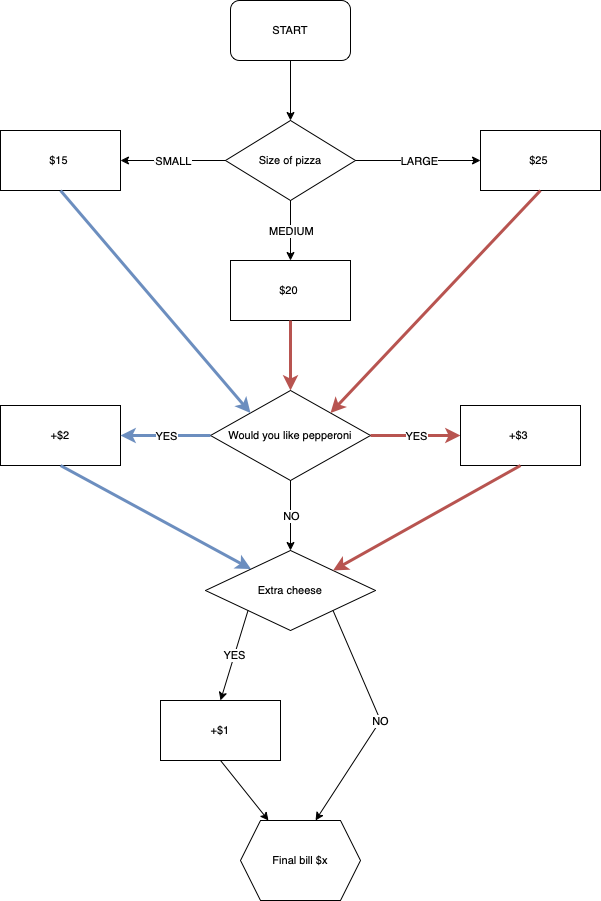
antoniaandreou/100_days_of_python keeps this draw.io diagram as Python Pizza Order.drawio.png. Above is the earlier version. Source tidied: cells renumbered, new cells last; positions are measured from the earlier drawing's top-left corner, leaving out a move shared by most shapes. Its diagram source:
```xml
<mxGraphModel>
  <root>
    <mxCell id="0" />
    <mxCell id="1" parent="0" />
    <mxCell id="2" value="START" style="rounded=1;whiteSpace=wrap;html=1;fontSize=11;" parent="1" vertex="1">
      <mxGeometry x="230" width="120" height="60" as="geometry" />
    </mxCell>
    <mxCell id="3" value="Size of pizza" style="rhombus;whiteSpace=wrap;html=1;fontSize=11;" parent="1" vertex="1">
      <mxGeometry x="225" y="120" width="130" height="80" as="geometry" />
    </mxCell>
    <mxCell id="4" style="endArrow=classic;html=1;rounded=0;fontSize=11;jumpSize=3;exitX=0.5;exitY=1;exitDx=0;exitDy=0;entryX=0.5;entryY=0;entryDx=0;entryDy=0;" parent="1" edge="1" source="2" target="3">
      <mxGeometry relative="1" as="geometry" />
    </mxCell>
    <mxCell id="5" value="$15&amp;nbsp;" style="rounded=0;whiteSpace=wrap;html=1;fontSize=11;" parent="1" vertex="1">
      <mxGeometry y="130" width="120" height="60" as="geometry" />
    </mxCell>
    <mxCell id="6" value="$20&amp;nbsp;" style="rounded=0;whiteSpace=wrap;html=1;fontSize=11;" parent="1" vertex="1">
      <mxGeometry x="230" y="260" width="120" height="60" as="geometry" />
    </mxCell>
    <mxCell id="7" value="$25&amp;nbsp;" style="rounded=0;whiteSpace=wrap;html=1;fontSize=11;" parent="1" vertex="1">
      <mxGeometry x="480" y="130" width="120" height="60" as="geometry" />
    </mxCell>
    <mxCell id="8" value="SMALL" style="endArrow=classic;html=1;rounded=0;fontSize=11;jumpSize=3;entryX=1;entryY=0.5;entryDx=0;entryDy=0;exitX=0;exitY=0.5;exitDx=0;exitDy=0;" parent="1" edge="1" source="3" target="5">
      <mxGeometry relative="1" as="geometry" />
    </mxCell>
    <mxCell id="9" value="SMALL" style="edgeLabel;html=1;align=center;verticalAlign=middle;fontSize=11;" parent="8" vertex="1">
      <mxGeometry relative="1" as="geometry" />
    </mxCell>
    <mxCell id="10" style="endArrow=classic;html=1;rounded=0;fontSize=11;jumpSize=3;exitX=1;exitY=0.5;exitDx=0;exitDy=0;entryX=0;entryY=0.5;entryDx=0;entryDy=0;" parent="1" edge="1" source="3" target="7">
      <mxGeometry relative="1" as="geometry" />
    </mxCell>
    <mxCell id="11" value="LARGE" style="edgeLabel;html=1;align=center;verticalAlign=middle;fontSize=11;" parent="10" vertex="1">
      <mxGeometry relative="1" as="geometry" />
    </mxCell>
    <mxCell id="12" style="endArrow=classic;html=1;rounded=0;fontSize=11;jumpSize=3;exitX=0.5;exitY=1;exitDx=0;exitDy=0;entryX=0.5;entryY=0;entryDx=0;entryDy=0;" parent="1" edge="1" source="3" target="6">
      <mxGeometry relative="1" as="geometry" />
    </mxCell>
    <mxCell id="13" value="MEDIUM" style="edgeLabel;html=1;align=center;verticalAlign=middle;fontSize=11;" parent="12" vertex="1">
      <mxGeometry relative="1" as="geometry" />
    </mxCell>
    <mxCell id="14" value="Would you like pepperoni" style="rhombus;whiteSpace=wrap;html=1;fontSize=11;" parent="1" vertex="1">
      <mxGeometry x="210" y="390" width="160" height="90" as="geometry" />
    </mxCell>
    <mxCell id="15" style="endArrow=classic;html=1;rounded=0;fontSize=11;jumpSize=3;exitX=0.5;exitY=1;exitDx=0;exitDy=0;entryX=0;entryY=0;entryDx=0;entryDy=0;fillColor=#dae8fc;strokeColor=#6c8ebf;strokeWidth=3;" parent="1" edge="1" source="5" target="14">
      <mxGeometry relative="1" as="geometry" />
    </mxCell>
    <mxCell id="16" style="endArrow=classic;html=1;rounded=0;fontSize=11;strokeWidth=3;jumpSize=3;fillColor=#f8cecc;strokeColor=#b85450;exitX=0.5;exitY=1;exitDx=0;exitDy=0;entryX=0.5;entryY=0;entryDx=0;entryDy=0;" parent="1" edge="1" source="6" target="14">
      <mxGeometry relative="1" as="geometry" />
    </mxCell>
    <mxCell id="17" style="endArrow=classic;html=1;rounded=0;fontSize=11;strokeWidth=3;jumpSize=3;fillColor=#f8cecc;strokeColor=#b85450;exitX=0.5;exitY=1;exitDx=0;exitDy=0;entryX=1;entryY=0;entryDx=0;entryDy=0;" parent="1" edge="1" source="7" target="14">
      <mxGeometry relative="1" as="geometry" />
    </mxCell>
    <mxCell id="18" value="+$2" style="rounded=0;whiteSpace=wrap;html=1;fontSize=11;" parent="1" vertex="1">
      <mxGeometry y="405" width="120" height="60" as="geometry" />
    </mxCell>
    <mxCell id="19" style="endArrow=classic;html=1;rounded=0;fontSize=11;strokeWidth=3;jumpSize=3;exitX=0;exitY=0.5;exitDx=0;exitDy=0;entryX=1;entryY=0.5;entryDx=0;entryDy=0;fillColor=#dae8fc;strokeColor=#6c8ebf;" parent="1" edge="1" source="14" target="18">
      <mxGeometry relative="1" as="geometry" />
    </mxCell>
    <mxCell id="20" value="YES" style="edgeLabel;html=1;align=center;verticalAlign=middle;fontSize=11;" parent="19" vertex="1">
      <mxGeometry relative="1" as="geometry" />
    </mxCell>
    <mxCell id="21" style="endArrow=classic;html=1;rounded=0;fontSize=11;strokeWidth=3;jumpSize=3;exitX=1;exitY=0.5;exitDx=0;exitDy=0;fillColor=#f8cecc;strokeColor=#b85450;entryX=0;entryY=0.5;entryDx=0;entryDy=0;" parent="1" edge="1" source="14" target="23">
      <mxGeometry relative="1" as="geometry" />
    </mxCell>
    <mxCell id="22" value="YES" style="edgeLabel;html=1;align=center;verticalAlign=middle;fontSize=11;" parent="21" vertex="1">
      <mxGeometry relative="1" as="geometry" />
    </mxCell>
    <mxCell id="23" value="+$3&amp;nbsp;" style="rounded=0;whiteSpace=wrap;html=1;fontSize=11;" parent="1" vertex="1">
      <mxGeometry x="460" y="405" width="120" height="60" as="geometry" />
    </mxCell>
    <mxCell id="24" value="Extra cheese" style="rhombus;whiteSpace=wrap;html=1;fontSize=11;" parent="1" vertex="1">
      <mxGeometry x="205" y="550" width="170" height="80" as="geometry" />
    </mxCell>
    <mxCell id="25" style="endArrow=classic;html=1;rounded=0;fontSize=11;strokeWidth=1;jumpSize=3;exitX=0.5;exitY=1;exitDx=0;exitDy=0;entryX=0.5;entryY=0;entryDx=0;entryDy=0;" parent="1" edge="1" source="14" target="24">
      <mxGeometry relative="1" as="geometry" />
    </mxCell>
    <mxCell id="26" value="NO" style="edgeLabel;html=1;align=center;verticalAlign=middle;fontSize=11;" parent="25" vertex="1">
      <mxGeometry relative="1" as="geometry" />
    </mxCell>
    <mxCell id="27" style="endArrow=classic;html=1;rounded=0;fontSize=11;strokeWidth=1;jumpSize=3;exitX=0;exitY=1;exitDx=0;exitDy=0;entryX=0.5;entryY=0;entryDx=0;entryDy=0;" parent="1" edge="1" source="24" target="31">
      <mxGeometry relative="1" as="geometry" />
    </mxCell>
    <mxCell id="28" value="YES" style="edgeLabel;html=1;align=center;verticalAlign=middle;fontSize=11;" parent="27" vertex="1">
      <mxGeometry relative="1" as="geometry" />
    </mxCell>
    <mxCell id="29" style="endArrow=classic;html=1;rounded=0;fontSize=11;jumpSize=3;exitX=0.5;exitY=1;exitDx=0;exitDy=0;fillColor=#dae8fc;strokeColor=#6c8ebf;strokeWidth=3;" parent="1" edge="1" source="18" target="24">
      <mxGeometry relative="1" as="geometry" />
    </mxCell>
    <mxCell id="30" style="endArrow=classic;html=1;rounded=0;fontSize=11;strokeWidth=3;jumpSize=3;fillColor=#f8cecc;strokeColor=#b85450;exitX=0.5;exitY=1;exitDx=0;exitDy=0;entryX=1;entryY=0;entryDx=0;entryDy=0;" parent="1" edge="1" source="23" target="24">
      <mxGeometry relative="1" as="geometry" />
    </mxCell>
    <mxCell id="31" value="+$1" style="rounded=0;whiteSpace=wrap;html=1;fontSize=11;" parent="1" vertex="1">
      <mxGeometry x="160" y="700" width="120" height="60" as="geometry" />
    </mxCell>
    <mxCell id="32" value="Final bill $x" style="shape=hexagon;perimeter=hexagonPerimeter2;whiteSpace=wrap;html=1;fixedSize=1;fontSize=11;" parent="1" vertex="1">
      <mxGeometry x="240" y="820" width="120" height="80" as="geometry" />
    </mxCell>
    <mxCell id="33" style="endArrow=classic;html=1;rounded=0;fontSize=11;strokeWidth=1;jumpSize=3;exitX=0.5;exitY=1;exitDx=0;exitDy=0;" parent="1" edge="1" source="31" target="32">
      <mxGeometry relative="1" as="geometry" />
    </mxCell>
    <mxCell id="34" style="endArrow=classic;html=1;rounded=0;fontSize=11;strokeWidth=1;jumpSize=3;exitX=1;exitY=1;exitDx=0;exitDy=0;entryX=0.625;entryY=0;entryDx=0;entryDy=0;" parent="1" edge="1" source="24" target="32">
      <mxGeometry relative="1" as="geometry">
        <Array as="points">
          <mxPoint x="380" y="720" />
        </Array>
      </mxGeometry>
    </mxCell>
    <mxCell id="35" value="NO" style="edgeLabel;html=1;align=center;verticalAlign=middle;fontSize=11;" parent="34" vertex="1">
      <mxGeometry relative="1" as="geometry" />
    </mxCell>
  </root>
</mxGraphModel>
```
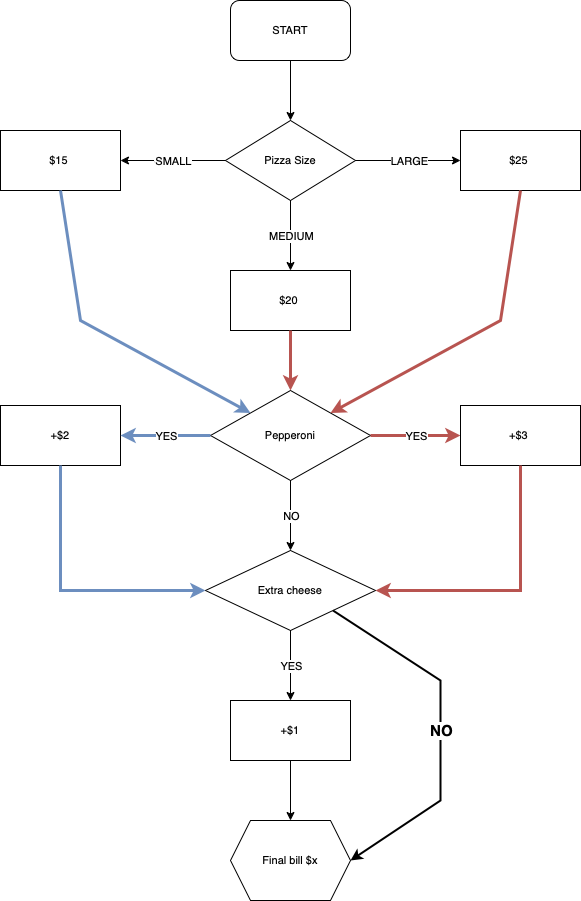
The same diagram one commit later.

Change to the diagram source:
```diff
@@ -5,7 +5,7 @@
     <mxCell id="2" value="START" style="rounded=1;whiteSpace=wrap;html=1;fontSize=11;" parent="1" vertex="1">
       <mxGeometry x="230" width="120" height="60" as="geometry" />
     </mxCell>
-    <mxCell id="3" value="Size of pizza" style="rhombus;whiteSpace=wrap;html=1;fontSize=11;" parent="1" vertex="1">
+    <mxCell id="3" value="Pizza Size" style="rhombus;whiteSpace=wrap;html=1;fontSize=11;" parent="1" vertex="1">
       <mxGeometry x="225" y="120" width="130" height="80" as="geometry" />
     </mxCell>
     <mxCell id="4" style="endArrow=classic;html=1;rounded=0;fontSize=11;jumpSize=3;exitX=0.5;exitY=1;exitDx=0;exitDy=0;entryX=0.5;entryY=0;entryDx=0;entryDy=0;" parent="1" edge="1" source="2" target="3">
@@ -15,10 +15,10 @@
       <mxGeometry y="130" width="120" height="60" as="geometry" />
     </mxCell>
     <mxCell id="6" value="$20&amp;nbsp;" style="rounded=0;whiteSpace=wrap;html=1;fontSize=11;" parent="1" vertex="1">
-      <mxGeometry x="230" y="260" width="120" height="60" as="geometry" />
+      <mxGeometry x="230" y="270" width="120" height="60" as="geometry" />
     </mxCell>
     <mxCell id="7" value="$25&amp;nbsp;" style="rounded=0;whiteSpace=wrap;html=1;fontSize=11;" parent="1" vertex="1">
-      <mxGeometry x="480" y="130" width="120" height="60" as="geometry" />
+      <mxGeometry x="460" y="130" width="120" height="60" as="geometry" />
     </mxCell>
     <mxCell id="8" value="SMALL" style="endArrow=classic;html=1;rounded=0;fontSize=11;jumpSize=3;entryX=1;entryY=0.5;entryDx=0;entryDy=0;exitX=0;exitY=0.5;exitDx=0;exitDy=0;" parent="1" edge="1" source="3" target="5">
       <mxGeometry relative="1" as="geometry" />
@@ -38,17 +38,25 @@
     <mxCell id="13" value="MEDIUM" style="edgeLabel;html=1;align=center;verticalAlign=middle;fontSize=11;" parent="12" vertex="1">
       <mxGeometry relative="1" as="geometry" />
     </mxCell>
-    <mxCell id="14" value="Would you like pepperoni" style="rhombus;whiteSpace=wrap;html=1;fontSize=11;" parent="1" vertex="1">
+    <mxCell id="14" value="Pepperoni" style="rhombus;whiteSpace=wrap;html=1;fontSize=11;" parent="1" vertex="1">
       <mxGeometry x="210" y="390" width="160" height="90" as="geometry" />
     </mxCell>
     <mxCell id="15" style="endArrow=classic;html=1;rounded=0;fontSize=11;jumpSize=3;exitX=0.5;exitY=1;exitDx=0;exitDy=0;entryX=0;entryY=0;entryDx=0;entryDy=0;fillColor=#dae8fc;strokeColor=#6c8ebf;strokeWidth=3;" parent="1" edge="1" source="5" target="14">
-      <mxGeometry relative="1" as="geometry" />
+      <mxGeometry relative="1" as="geometry">
+        <Array as="points">
+          <mxPoint x="80" y="320" />
+        </Array>
+      </mxGeometry>
     </mxCell>
     <mxCell id="16" style="endArrow=classic;html=1;rounded=0;fontSize=11;strokeWidth=3;jumpSize=3;fillColor=#f8cecc;strokeColor=#b85450;exitX=0.5;exitY=1;exitDx=0;exitDy=0;entryX=0.5;entryY=0;entryDx=0;entryDy=0;" parent="1" edge="1" source="6" target="14">
       <mxGeometry relative="1" as="geometry" />
     </mxCell>
     <mxCell id="17" style="endArrow=classic;html=1;rounded=0;fontSize=11;strokeWidth=3;jumpSize=3;fillColor=#f8cecc;strokeColor=#b85450;exitX=0.5;exitY=1;exitDx=0;exitDy=0;entryX=1;entryY=0;entryDx=0;entryDy=0;" parent="1" edge="1" source="7" target="14">
-      <mxGeometry relative="1" as="geometry" />
+      <mxGeometry relative="1" as="geometry">
+        <Array as="points">
+          <mxPoint x="500" y="320" />
+        </Array>
+      </mxGeometry>
     </mxCell>
     <mxCell id="18" value="+$2" style="rounded=0;whiteSpace=wrap;html=1;fontSize=11;" parent="1" vertex="1">
       <mxGeometry y="405" width="120" height="60" as="geometry" />
@@ -77,35 +85,44 @@
     <mxCell id="26" value="NO" style="edgeLabel;html=1;align=center;verticalAlign=middle;fontSize=11;" parent="25" vertex="1">
       <mxGeometry relative="1" as="geometry" />
     </mxCell>
-    <mxCell id="27" style="endArrow=classic;html=1;rounded=0;fontSize=11;strokeWidth=1;jumpSize=3;exitX=0;exitY=1;exitDx=0;exitDy=0;entryX=0.5;entryY=0;entryDx=0;entryDy=0;" parent="1" edge="1" source="24" target="31">
+    <mxCell id="27" style="endArrow=classic;html=1;rounded=0;fontSize=11;strokeWidth=1;jumpSize=3;exitX=0.5;exitY=1;exitDx=0;exitDy=0;entryX=0.5;entryY=0;entryDx=0;entryDy=0;" parent="1" edge="1" source="24" target="31">
       <mxGeometry relative="1" as="geometry" />
     </mxCell>
     <mxCell id="28" value="YES" style="edgeLabel;html=1;align=center;verticalAlign=middle;fontSize=11;" parent="27" vertex="1">
       <mxGeometry relative="1" as="geometry" />
     </mxCell>
-    <mxCell id="29" style="endArrow=classic;html=1;rounded=0;fontSize=11;jumpSize=3;exitX=0.5;exitY=1;exitDx=0;exitDy=0;fillColor=#dae8fc;strokeColor=#6c8ebf;strokeWidth=3;" parent="1" edge="1" source="18" target="24">
-      <mxGeometry relative="1" as="geometry" />
+    <mxCell id="29" style="endArrow=classic;html=1;rounded=0;fontSize=11;jumpSize=3;exitX=0.5;exitY=1;exitDx=0;exitDy=0;fillColor=#dae8fc;strokeColor=#6c8ebf;strokeWidth=3;entryX=0;entryY=0.5;entryDx=0;entryDy=0;" parent="1" edge="1" source="18" target="24">
+      <mxGeometry relative="1" as="geometry">
+        <Array as="points">
+          <mxPoint x="60" y="590" />
+        </Array>
+      </mxGeometry>
     </mxCell>
-    <mxCell id="30" style="endArrow=classic;html=1;rounded=0;fontSize=11;strokeWidth=3;jumpSize=3;fillColor=#f8cecc;strokeColor=#b85450;exitX=0.5;exitY=1;exitDx=0;exitDy=0;entryX=1;entryY=0;entryDx=0;entryDy=0;" parent="1" edge="1" source="23" target="24">
-      <mxGeometry relative="1" as="geometry" />
+    <mxCell id="30" style="endArrow=classic;html=1;rounded=0;fontSize=11;strokeWidth=3;jumpSize=3;fillColor=#f8cecc;strokeColor=#b85450;exitX=0.5;exitY=1;exitDx=0;exitDy=0;entryX=1;entryY=0.5;entryDx=0;entryDy=0;" parent="1" edge="1" source="23" target="24">
+      <mxGeometry relative="1" as="geometry">
+        <Array as="points">
+          <mxPoint x="520" y="590" />
+        </Array>
+      </mxGeometry>
     </mxCell>
     <mxCell id="31" value="+$1" style="rounded=0;whiteSpace=wrap;html=1;fontSize=11;" parent="1" vertex="1">
-      <mxGeometry x="160" y="700" width="120" height="60" as="geometry" />
+      <mxGeometry x="230" y="700" width="120" height="60" as="geometry" />
     </mxCell>
     <mxCell id="32" value="Final bill $x" style="shape=hexagon;perimeter=hexagonPerimeter2;whiteSpace=wrap;html=1;fixedSize=1;fontSize=11;" parent="1" vertex="1">
-      <mxGeometry x="240" y="820" width="120" height="80" as="geometry" />
+      <mxGeometry x="230" y="820" width="120" height="80" as="geometry" />
     </mxCell>
     <mxCell id="33" style="endArrow=classic;html=1;rounded=0;fontSize=11;strokeWidth=1;jumpSize=3;exitX=0.5;exitY=1;exitDx=0;exitDy=0;" parent="1" edge="1" source="31" target="32">
       <mxGeometry relative="1" as="geometry" />
     </mxCell>
-    <mxCell id="34" style="endArrow=classic;html=1;rounded=0;fontSize=11;strokeWidth=1;jumpSize=3;exitX=1;exitY=1;exitDx=0;exitDy=0;entryX=0.625;entryY=0;entryDx=0;entryDy=0;" parent="1" edge="1" source="24" target="32">
+    <mxCell id="34" style="endArrow=classic;html=1;rounded=0;fontSize=11;strokeWidth=2;jumpSize=3;exitX=1;exitY=1;exitDx=0;exitDy=0;entryX=1;entryY=0.5;entryDx=0;entryDy=0;" parent="1" edge="1" source="24" target="32">
       <mxGeometry relative="1" as="geometry">
         <Array as="points">
-          <mxPoint x="380" y="720" />
+          <mxPoint x="440" y="680" />
+          <mxPoint x="440" y="800" />
         </Array>
       </mxGeometry>
     </mxCell>
-    <mxCell id="35" value="NO" style="edgeLabel;html=1;align=center;verticalAlign=middle;fontSize=11;" parent="34" vertex="1">
+    <mxCell id="35" value="NO" style="edgeLabel;html=1;align=center;verticalAlign=middle;fontSize=15;fontStyle=1;" parent="34" vertex="1">
       <mxGeometry relative="1" as="geometry" />
     </mxCell>
   </root>
```
